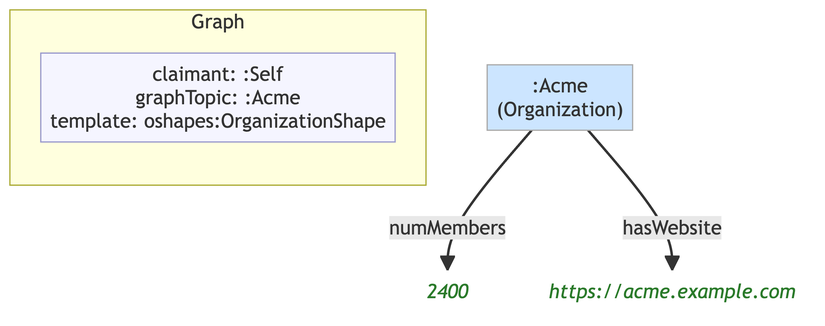
The Mermaid diagram example/graphs/images/graph-94.png in MeeFoundation/mia-ontologies, before a commit. Its source is kept beside it as example/graphs/images/graph-94.mmd.
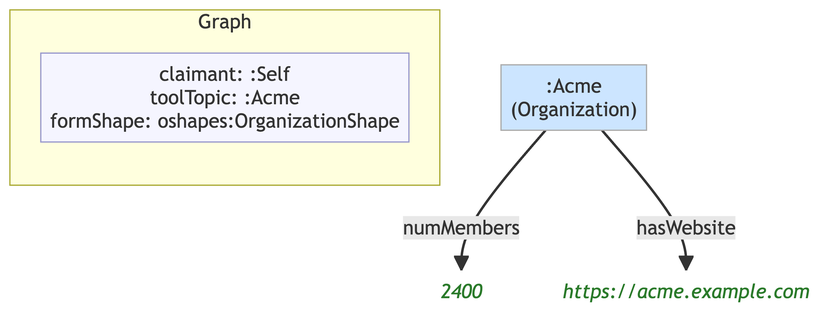
Later version of the same file.

The edit, as a diff of the source:
```diff
@@ -7,12 +7,12 @@
 
     subgraph ctx["Graph"]
         direction LR
-        ctx_meta["claimant: :Self\ngraphTopic: :Acme\ntemplate: oshapes:OrganizationShape"]:::meta
+        ctx_meta["claimant: :Self\ntoolTopic: :Acme\nformShape: oshapes:OrganizationShape"]:::meta
     end
 
-    n7bff298e566c[":Acme\n(Organization)"]:::org
-    nba4c41a7cdce("2400"):::lit
-    n61c6723fdb01("https://acme.example.com"):::lit
+    n45f84c28301d[":Acme\n(Organization)"]:::org
+    n10f32227a649("2400"):::lit
+    n7a3902c14602("https://acme.example.com"):::lit
 
-    n7bff298e566c -->|"numMembers"| nba4c41a7cdce
-    n7bff298e566c -->|"hasWebsite"| n61c6723fdb01
+    n45f84c28301d -->|"numMembers"| n10f32227a649
+    n45f84c28301d -->|"hasWebsite"| n7a3902c14602
```
